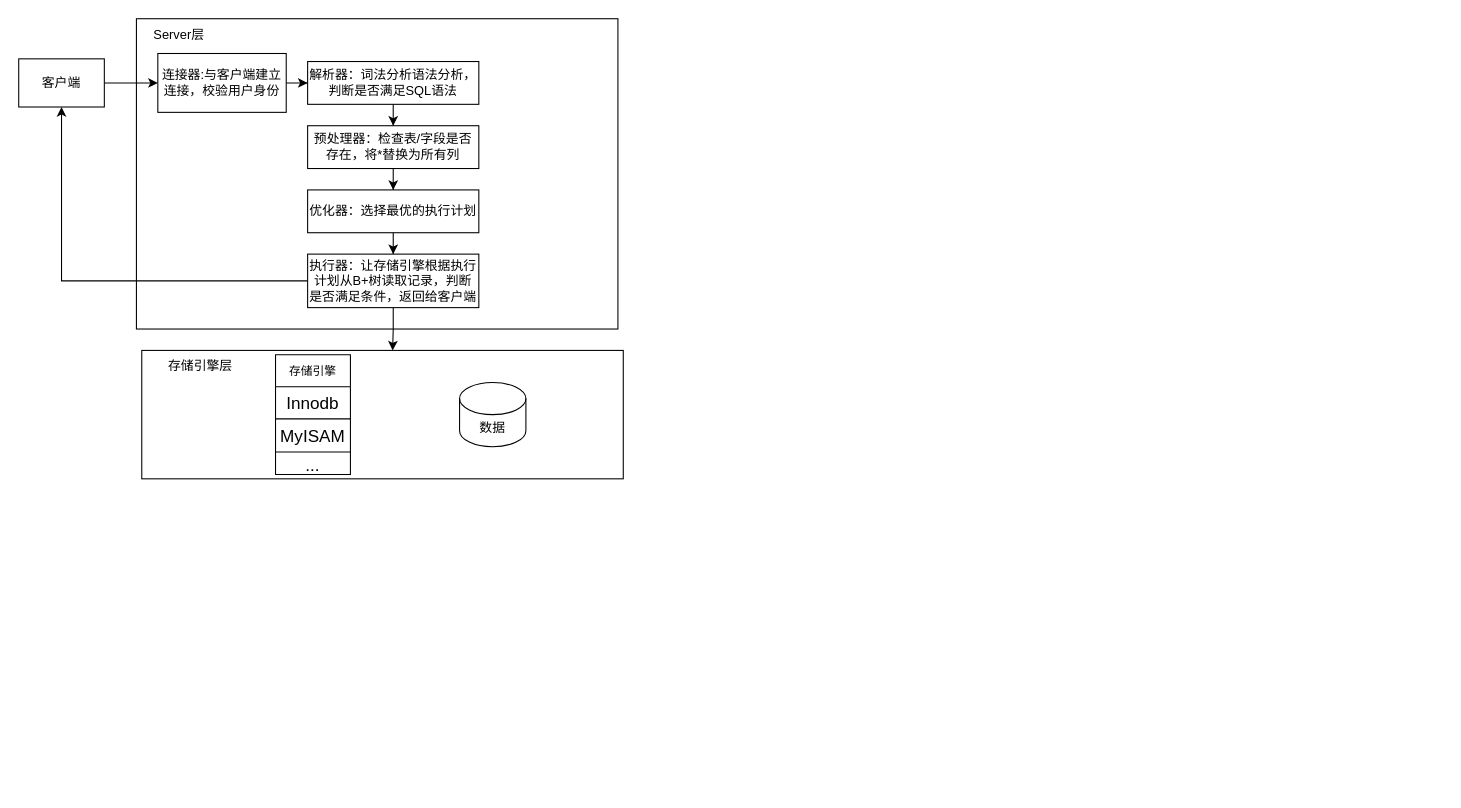
Before: MySQL.drawio in zhouke0304/org-repo-ref, a draw.io diagram. Source tidied: cells renumbered, new cells numbered last; positions are measured from the earlier drawing's top-left corner, leaving out a move shared by most shapes. Both pictures are drawn from the tidied source at 107%, with x=0, y=0 at pixel (18, 18).
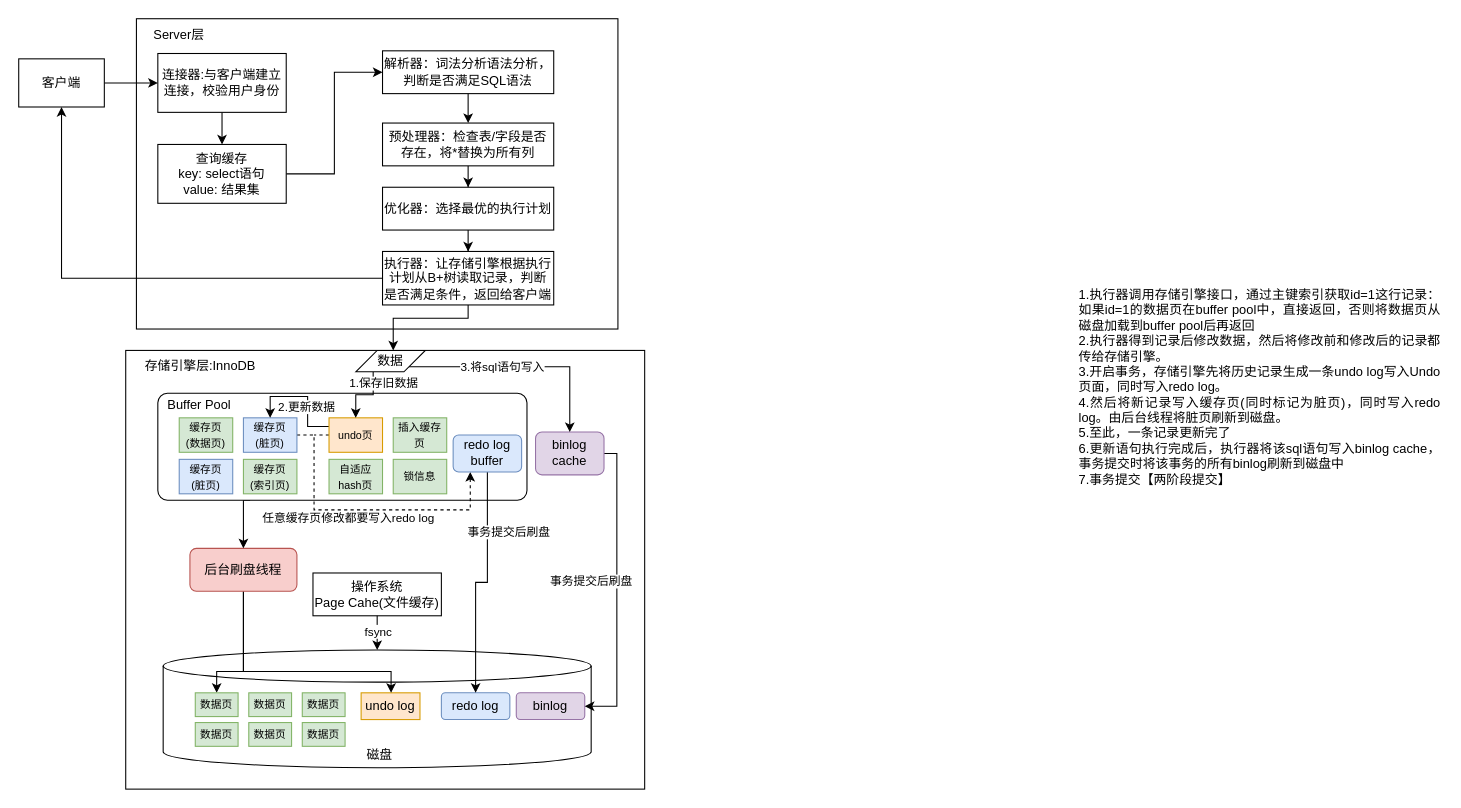
The same page after the edit.

The change refers to these unchanged cells:
```xml
<mxCell id="7" value="连接器:与客户端建立连接，校验用户身份" style="rounded=0;whiteSpace=wrap;html=1;" parent="1" vertex="1">
  <mxGeometry x="130" y="32.5" width="120" height="55" as="geometry" />
</mxCell>
```

Change to the diagram source:
```diff
@@
     <mxCell id="3" style="rounded=0;whiteSpace=wrap;html=1;" parent="1" vertex="1">
-      <mxGeometry x="115" y="310" width="450" height="120" as="geometry" />
+      <mxGeometry x="100" y="310" width="485" height="410" as="geometry" />
     </mxCell>
@@
-    <mxCell id="5" value="存储引擎层" style="text;html=1;strokeColor=none;fillColor=none;align=center;verticalAlign=middle;whiteSpace=wrap;rounded=0;" parent="1" vertex="1">
-      <mxGeometry x="130" y="310" width="80" height="30" as="geometry" />
+    <mxCell id="5" value="存储引擎层:InnoDB" style="text;html=1;strokeColor=none;fillColor=none;align=center;verticalAlign=middle;whiteSpace=wrap;rounded=0;" parent="1" vertex="1">
+      <mxGeometry x="115" y="310" width="110" height="30" as="geometry" />
     </mxCell>
-    <mxCell id="6" style="edgeStyle=orthogonalEdgeStyle;rounded=0;jettySize=auto;html=1;" parent="1" edge="1" source="7" target="19">
-      <mxGeometry relative="1" as="geometry" />
-    </mxCell>
+    <mxCell id="27" style="edgeStyle=orthogonalEdgeStyle;rounded=0;jettySize=auto;html=1;" parent="1" edge="1" source="7" target="44">
+      <mxGeometry relative="1" as="geometry" />
+    </mxCell>
@@
-    <mxCell id="10" value="数据" style="shape=cylinder3;whiteSpace=wrap;html=1;boundedLbl=1;backgroundOutline=1;size=15;" parent="1" vertex="1">
-      <mxGeometry x="412" y="340" width="62" height="60" as="geometry" />
+    <mxCell id="10" style="shape=cylinder3;whiteSpace=wrap;html=1;boundedLbl=1;backgroundOutline=1;size=15;" parent="1" vertex="1">
+      <mxGeometry x="135" y="590" width="400" height="110" as="geometry" />
     </mxCell>
-    <mxCell id="11" value="存储引擎" style="shape=table;startSize=30;childLayout=tableLayout;strokeColor=default;fontSize=11;" parent="1" vertex="1">
-      <mxGeometry x="240" y="314" width="70" height="112" as="geometry" />
-    </mxCell>
-    <mxCell id="12" style="shape=tableRow;horizontal=0;startSize=0;swimlaneHead=0;swimlaneBody=0;strokeColor=inherit;top=0;left=0;bottom=0;right=0;fillColor=none;fontSize=16;" parent="11" vertex="1">
-      <mxGeometry y="30" width="70" height="30" as="geometry" />
-    </mxCell>
-    <mxCell id="13" value="Innodb" style="shape=partialRectangle;html=1;whiteSpace=wrap;strokeColor=inherit;overflow=hidden;fillColor=none;top=0;left=0;bottom=0;right=0;fontSize=16;" parent="12" vertex="1">
-      <mxGeometry width="70" height="30" as="geometry" />
-    </mxCell>
-    <mxCell id="14" style="shape=tableRow;horizontal=0;startSize=0;swimlaneHead=0;swimlaneBody=0;strokeColor=inherit;top=0;left=0;bottom=0;right=0;fillColor=none;fontSize=16;" parent="11" vertex="1">
-      <mxGeometry y="60" width="70" height="31" as="geometry" />
-    </mxCell>
-    <mxCell id="15" value="MyISAM" style="shape=partialRectangle;html=1;whiteSpace=wrap;strokeColor=inherit;overflow=hidden;fillColor=none;top=0;left=0;bottom=0;right=0;fontSize=16;" parent="14" vertex="1">
-      <mxGeometry width="70" height="31" as="geometry" />
-    </mxCell>
-    <mxCell id="16" style="shape=tableRow;horizontal=0;startSize=0;swimlaneHead=0;swimlaneBody=0;strokeColor=inherit;top=0;left=0;bottom=0;right=0;fillColor=none;fontSize=16;" parent="11" vertex="1">
-      <mxGeometry y="91" width="70" height="21" as="geometry" />
-    </mxCell>
-    <mxCell id="17" value="..." style="shape=partialRectangle;html=1;whiteSpace=wrap;strokeColor=inherit;overflow=hidden;fillColor=none;top=0;left=0;bottom=0;right=0;fontSize=16;" parent="16" vertex="1">
-      <mxGeometry width="70" height="21" as="geometry" />
-    </mxCell>
@@
     <mxCell id="19" value="解析器：词法分析语法分析，判断是否满足SQL语法" style="rounded=0;whiteSpace=wrap;html=1;" parent="1" vertex="1">
-      <mxGeometry x="270" y="40" width="160" height="40" as="geometry" />
+      <mxGeometry x="340" y="30" width="160" height="40" as="geometry" />
     </mxCell>
@@
     <mxCell id="21" value="预处理器：检查表/字段是否存在，将*替换为所有列" style="whiteSpace=wrap;html=1;rounded=0;" parent="1" vertex="1">
-      <mxGeometry x="270" y="100" width="160" height="40" as="geometry" />
+      <mxGeometry x="340" y="97.5" width="160" height="40" as="geometry" />
     </mxCell>
@@
     <mxCell id="23" value="优化器：选择最优的执行计划" style="whiteSpace=wrap;html=1;rounded=0;" parent="1" vertex="1">
-      <mxGeometry x="270" y="160" width="160" height="40" as="geometry" />
+      <mxGeometry x="340" y="157.5" width="160" height="40" as="geometry" />
     </mxCell>
@@
     <mxCell id="25" value="执行器：让存储引擎根据执行计划从B+树读取记录，判断是否满足条件，返回给客户端" style="whiteSpace=wrap;html=1;rounded=0;" parent="1" vertex="1">
-      <mxGeometry x="270" y="220" width="160" height="50" as="geometry" />
+      <mxGeometry x="340" y="217.5" width="160" height="50" as="geometry" />
     </mxCell>
-    <mxCell id="26" style="edgeStyle=orthogonalEdgeStyle;rounded=0;jettySize=auto;html=1;entryX=0.521;entryY=0;entryDx=0;entryDy=0;entryPerimeter=0;" parent="1" edge="1" source="25" target="3">
-      <mxGeometry relative="1" as="geometry" />
+    <mxCell id="26" style="edgeStyle=orthogonalEdgeStyle;rounded=0;jettySize=auto;html=1;" parent="1" edge="1" source="25">
+      <mxGeometry relative="1" as="geometry">
+        <mxPoint x="350" y="310" as="targetPoint" />
+        <Array as="points">
+          <mxPoint x="420" y="280" />
+          <mxPoint x="350" y="280" />
+        </Array>
+      </mxGeometry>
     </mxCell>
+    <mxCell id="28" value="磁盘" style="text;html=1;strokeColor=none;fillColor=none;align=center;verticalAlign=middle;whiteSpace=wrap;rounded=0;" parent="1" vertex="1">
+      <mxGeometry x="295" y="675" width="85" height="25" as="geometry" />
+    </mxCell>
+    <mxCell id="29" value="redo log" style="rounded=1;whiteSpace=wrap;html=1;fillColor=#dae8fc;strokeColor=#6c8ebf;" parent="1" vertex="1">
+      <mxGeometry x="395" y="630" width="64" height="25" as="geometry" />
+    </mxCell>
+    <mxCell id="30" value="undo log" style="rounded=0;whiteSpace=wrap;html=1;fillColor=#ffe6cc;strokeColor=#d79b00;" parent="1" vertex="1">
+      <mxGeometry x="320" y="630" width="55" height="25" as="geometry" />
+    </mxCell>
+    <mxCell id="31" value="binlog" style="rounded=1;whiteSpace=wrap;html=1;fillColor=#e1d5e7;strokeColor=#9673a6;" parent="1" vertex="1">
+      <mxGeometry x="465" y="630" width="64" height="25" as="geometry" />
+    </mxCell>
+    <mxCell id="32" style="edgeStyle=orthogonalEdgeStyle;rounded=0;jettySize=auto;html=1;entryX=0.5;entryY=0;entryDx=0;entryDy=0;" parent="1" edge="1" source="34" target="36">
+      <mxGeometry relative="1" as="geometry">
+        <Array as="points">
+          <mxPoint x="210" y="610" />
+          <mxPoint x="185" y="610" />
+        </Array>
+      </mxGeometry>
+    </mxCell>
+    <mxCell id="33" style="edgeStyle=orthogonalEdgeStyle;rounded=0;jettySize=auto;html=1;exitX=0.5;exitY=1;exitDx=0;exitDy=0;" parent="1" edge="1" source="34" target="30">
+      <mxGeometry relative="1" as="geometry">
+        <Array as="points">
+          <mxPoint x="210" y="610" />
+          <mxPoint x="348" y="610" />
+        </Array>
+      </mxGeometry>
+    </mxCell>
+    <mxCell id="34" value="后台刷盘线程" style="rounded=1;whiteSpace=wrap;html=1;arcSize=15;fillColor=#f8cecc;strokeColor=#b85450;" parent="1" vertex="1">
+      <mxGeometry x="160" y="495" width="100" height="40" as="geometry" />
+    </mxCell>
+    <mxCell id="35" style="group;" parent="1" vertex="1">
+      <mxGeometry x="165" y="630" width="140" height="50" as="geometry" />
+    </mxCell>
+    <mxCell id="36" value="&lt;font style=&quot;font-size: 10px;&quot;&gt;数据页&lt;/font&gt;" style="rounded=0;whiteSpace=wrap;html=1;fillColor=#d5e8d4;strokeColor=#82b366;" parent="35" vertex="1">
+      <mxGeometry width="40" height="22.2" as="geometry" />
+    </mxCell>
+    <mxCell id="37" value="&lt;font style=&quot;font-size: 10px;&quot;&gt;数据页&lt;/font&gt;" style="rounded=0;whiteSpace=wrap;html=1;fillColor=#d5e8d4;strokeColor=#82b366;" parent="35" vertex="1">
+      <mxGeometry x="50" width="40" height="22.2" as="geometry" />
+    </mxCell>
+    <mxCell id="38" value="&lt;font style=&quot;font-size: 10px;&quot;&gt;数据页&lt;/font&gt;" style="rounded=0;whiteSpace=wrap;html=1;fillColor=#d5e8d4;strokeColor=#82b366;" parent="35" vertex="1">
+      <mxGeometry x="100" width="40" height="22.2" as="geometry" />
+    </mxCell>
+    <mxCell id="39" value="&lt;font style=&quot;font-size: 10px;&quot;&gt;数据页&lt;/font&gt;" style="rounded=0;whiteSpace=wrap;html=1;fillColor=#d5e8d4;strokeColor=#82b366;" parent="35" vertex="1">
+      <mxGeometry y="27.8" width="40" height="22.2" as="geometry" />
+    </mxCell>
+    <mxCell id="40" value="&lt;font style=&quot;font-size: 10px;&quot;&gt;数据页&lt;/font&gt;" style="rounded=0;whiteSpace=wrap;html=1;fillColor=#d5e8d4;strokeColor=#82b366;" parent="35" vertex="1">
+      <mxGeometry x="50" y="27.8" width="40" height="22.2" as="geometry" />
+    </mxCell>
+    <mxCell id="41" value="&lt;font style=&quot;font-size: 10px;&quot;&gt;数据页&lt;/font&gt;" style="rounded=0;whiteSpace=wrap;html=1;fillColor=#d5e8d4;strokeColor=#82b366;" parent="35" vertex="1">
+      <mxGeometry x="100" y="27.8" width="40" height="22.2" as="geometry" />
+    </mxCell>
+    <mxCell id="42" value="操作系统 &lt;br&gt;Page Cahe(文件缓存)" style="rounded=0;whiteSpace=wrap;html=1;" parent="1" vertex="1">
+      <mxGeometry x="275" y="518" width="120" height="40" as="geometry" />
+    </mxCell>
+    <mxCell id="43" style="edgeStyle=orthogonalEdgeStyle;rounded=0;jettySize=auto;html=1;entryX=0;entryY=0.5;entryDx=0;entryDy=0;" parent="1" edge="1" source="44" target="19">
+      <mxGeometry relative="1" as="geometry" />
+    </mxCell>
+    <mxCell id="44" value="查询缓存&lt;br&gt;key: select语句&lt;br&gt;value: 结果集" style="rounded=0;whiteSpace=wrap;html=1;" parent="1" vertex="1">
+      <mxGeometry x="130" y="117.5" width="120" height="55" as="geometry" />
+    </mxCell>
+    <mxCell id="45" value="&lt;div style=&quot;text-align: justify;&quot;&gt;&lt;span style=&quot;background-color: initial;&quot;&gt;1.执行器调用存储引擎接口，通过主键索引获取id=1这行记录：如果id=1的数据页在buffer pool中，直接返回，否则将数据页从磁盘加载到buffer pool后再返回&lt;/span&gt;&lt;/div&gt;&lt;div style=&quot;text-align: justify;&quot;&gt;&lt;span style=&quot;background-color: initial;&quot;&gt;2.执行器得到记录后修改数据，然后将修改前和修改后的记录都传给存储引擎。&lt;/span&gt;&lt;/div&gt;&lt;div style=&quot;text-align: justify;&quot;&gt;&lt;span style=&quot;background-color: initial;&quot;&gt;3.开启事务，存储引擎先将历史记录生成一条undo log写入Undo页面，同时写入redo log。&lt;/span&gt;&lt;/div&gt;&lt;div style=&quot;text-align: justify;&quot;&gt;&lt;span style=&quot;background-color: initial;&quot;&gt;4.然后将新记录写入缓存页(同时标记为脏页)，同时写入redo log。由后台线程将脏页刷新到磁盘。&lt;/span&gt;&lt;/div&gt;&lt;div style=&quot;text-align: justify;&quot;&gt;&lt;span style=&quot;background-color: initial;&quot;&gt;5.至此，一条记录更新完了&lt;/span&gt;&lt;/div&gt;&lt;div style=&quot;text-align: justify;&quot;&gt;&lt;span style=&quot;background-color: initial;&quot;&gt;6.更新语句执行完成后，执行器将该sql语句写入binlog cache，事务提交时将该事务的所有binlog刷新到磁盘中&lt;/span&gt;&lt;/div&gt;&lt;div style=&quot;text-align: justify;&quot;&gt;&lt;span style=&quot;background-color: initial;&quot;&gt;7.事务提交【两阶段提交】&lt;/span&gt;&lt;/div&gt;" style="text;html=1;strokeColor=none;fillColor=none;align=center;verticalAlign=middle;whiteSpace=wrap;rounded=0;" parent="1" vertex="1">
+      <mxGeometry x="990" y="244" width="340" height="200" as="geometry" />
+    </mxCell>
+    <mxCell id="46" style="edgeStyle=orthogonalEdgeStyle;rounded=0;jettySize=auto;html=1;exitX=0.25;exitY=1;exitDx=0;exitDy=0;entryX=0.5;entryY=0;entryDx=0;entryDy=0;" parent="1" edge="1" source="47" target="34">
+      <mxGeometry relative="1" as="geometry">
+        <Array as="points">
+          <mxPoint x="210" y="450" />
+        </Array>
+      </mxGeometry>
+    </mxCell>
+    <mxCell id="47" style="rounded=1;whiteSpace=wrap;html=1;arcSize=9;" parent="1" vertex="1">
+      <mxGeometry x="130" y="350" width="345" height="100" as="geometry" />
+    </mxCell>
+    <mxCell id="48" value="&lt;font style=&quot;font-size: 10px;&quot;&gt;缓存页&lt;br&gt;(数据页)&lt;br&gt;&lt;/font&gt;" style="rounded=0;whiteSpace=wrap;html=1;fillColor=#d5e8d4;strokeColor=#82b366;" parent="1" vertex="1">
+      <mxGeometry x="150" y="373" width="50" height="32.2" as="geometry" />
+    </mxCell>
+    <mxCell id="49" style="edgeStyle=orthogonalEdgeStyle;rounded=0;jettySize=auto;html=1;exitX=1;exitY=0.5;exitDx=0;exitDy=0;entryX=0.25;entryY=1;entryDx=0;entryDy=0;dashed=1;" parent="1" edge="1" source="51" target="67">
+      <mxGeometry relative="1" as="geometry">
+        <Array as="points">
+          <mxPoint x="276" y="389" />
+          <mxPoint x="276" y="459" />
+          <mxPoint x="422" y="459" />
+        </Array>
+      </mxGeometry>
+    </mxCell>
+    <mxCell id="50" value="任意缓存页修改都要写入redo log" style="edgeLabel;html=1;align=center;verticalAlign=middle;" parent="49" vertex="1">
+      <mxGeometry x="0.16" y="-2" relative="1" as="geometry">
+        <mxPoint x="-38" y="5" as="offset" />
+      </mxGeometry>
+    </mxCell>
+    <mxCell id="51" value="&lt;font style=&quot;font-size: 10px;&quot;&gt;缓存页&lt;br&gt;(脏页)&lt;/font&gt;" style="rounded=0;whiteSpace=wrap;html=1;fillColor=#dae8fc;strokeColor=#6c8ebf;" parent="1" vertex="1">
+      <mxGeometry x="210" y="373" width="50" height="32.2" as="geometry" />
+    </mxCell>
+    <mxCell id="52" value="Buffer Pool" style="text;html=1;strokeColor=none;fillColor=none;align=center;verticalAlign=middle;whiteSpace=wrap;rounded=0;" parent="1" vertex="1">
+      <mxGeometry x="129" y="346" width="80" height="30" as="geometry" />
+    </mxCell>
+    <mxCell id="53" value="&lt;font style=&quot;font-size: 10px;&quot;&gt;缓存页&lt;br&gt;(索引页)&lt;br&gt;&lt;/font&gt;" style="rounded=0;whiteSpace=wrap;html=1;fillColor=#d5e8d4;strokeColor=#82b366;" parent="1" vertex="1">
+      <mxGeometry x="210" y="411.8" width="50" height="32.2" as="geometry" />
+    </mxCell>
+    <mxCell id="54" value="&lt;font style=&quot;font-size: 10px;&quot;&gt;缓存页&lt;br&gt;(脏页)&lt;/font&gt;" style="rounded=0;whiteSpace=wrap;html=1;fillColor=#dae8fc;strokeColor=#6c8ebf;" parent="1" vertex="1">
+      <mxGeometry x="150" y="411.8" width="50" height="32.2" as="geometry" />
+    </mxCell>
+    <mxCell id="55" style="edgeStyle=orthogonalEdgeStyle;rounded=0;jettySize=auto;html=1;exitX=0;exitY=0.25;exitDx=0;exitDy=0;entryX=0.5;entryY=0;entryDx=0;entryDy=0;" parent="1" edge="1" source="58" target="51">
+      <mxGeometry relative="1" as="geometry" />
+    </mxCell>
+    <mxCell id="56" value="2.更新数据" style="edgeLabel;html=1;align=center;verticalAlign=middle;" parent="55" vertex="1">
+      <mxGeometry x="-0.24" y="2" relative="1" as="geometry" />
+    </mxCell>
+    <mxCell id="57" style="edgeStyle=orthogonalEdgeStyle;rounded=0;jettySize=auto;html=1;exitX=0;exitY=0.5;exitDx=0;exitDy=0;endArrow=none;endFill=0;dashed=1;" parent="1" edge="1" source="58">
+      <mxGeometry relative="1" as="geometry">
+        <mxPoint x="276" y="389" as="targetPoint" />
+      </mxGeometry>
+    </mxCell>
+    <mxCell id="58" value="&lt;font style=&quot;font-size: 10px;&quot;&gt;undo页&lt;br&gt;&lt;/font&gt;" style="rounded=0;whiteSpace=wrap;html=1;fillColor=#ffe6cc;strokeColor=#d79b00;" parent="1" vertex="1">
+      <mxGeometry x="290" y="373" width="50" height="32.2" as="geometry" />
+    </mxCell>
+    <mxCell id="59" value="&lt;font style=&quot;font-size: 10px;&quot;&gt;插入缓存页&lt;br&gt;&lt;/font&gt;" style="rounded=0;whiteSpace=wrap;html=1;fillColor=#d5e8d4;strokeColor=#82b366;" parent="1" vertex="1">
+      <mxGeometry x="350" y="373" width="50" height="32.2" as="geometry" />
+    </mxCell>
+    <mxCell id="60" value="&lt;font style=&quot;font-size: 10px;&quot;&gt;自适应hash页&lt;br&gt;&lt;/font&gt;" style="rounded=0;whiteSpace=wrap;html=1;fillColor=#d5e8d4;strokeColor=#82b366;" parent="1" vertex="1">
+      <mxGeometry x="290" y="411.8" width="50" height="32.2" as="geometry" />
+    </mxCell>
+    <mxCell id="61" value="&lt;font style=&quot;font-size: 10px;&quot;&gt;锁信息&lt;br&gt;&lt;/font&gt;" style="rounded=0;whiteSpace=wrap;html=1;fillColor=#d5e8d4;strokeColor=#82b366;" parent="1" vertex="1">
+      <mxGeometry x="350" y="411.8" width="50" height="32.2" as="geometry" />
+    </mxCell>
+    <mxCell id="62" style="edgeStyle=orthogonalEdgeStyle;rounded=0;jettySize=auto;html=1;exitX=1;exitY=0.5;exitDx=0;exitDy=0;entryX=1;entryY=0.5;entryDx=0;entryDy=0;" parent="1" edge="1" source="64" target="31">
+      <mxGeometry relative="1" as="geometry">
+        <Array as="points">
+          <mxPoint x="559" y="406" />
+          <mxPoint x="559" y="643" />
+        </Array>
+      </mxGeometry>
+    </mxCell>
+    <mxCell id="63" value="事务提交后刷盘" style="edgeLabel;html=1;align=center;verticalAlign=middle;" parent="62" vertex="1">
+      <mxGeometry x="-0.05" y="-4" relative="1" as="geometry">
+        <mxPoint x="-21" y="-1" as="offset" />
+      </mxGeometry>
+    </mxCell>
+    <mxCell id="64" value="binlog cache" style="rounded=1;whiteSpace=wrap;html=1;fillColor=#e1d5e7;strokeColor=#9673a6;" parent="1" vertex="1">
+      <mxGeometry x="483" y="386.3" width="64" height="40" as="geometry" />
+    </mxCell>
+    <mxCell id="65" style="edgeStyle=orthogonalEdgeStyle;rounded=0;jettySize=auto;html=1;" parent="1" edge="1" source="67" target="29">
+      <mxGeometry relative="1" as="geometry" />
+    </mxCell>
+    <mxCell id="66" value="事务提交后刷盘" style="edgeLabel;html=1;align=center;verticalAlign=middle;" parent="65" vertex="1">
+      <mxGeometry x="-0.01" y="2" relative="1" as="geometry">
+        <mxPoint x="24" y="-49" as="offset" />
+      </mxGeometry>
+    </mxCell>
+    <mxCell id="67" value="redo log&lt;br&gt;buffer" style="rounded=1;whiteSpace=wrap;html=1;fillColor=#dae8fc;strokeColor=#6c8ebf;" parent="1" vertex="1">
+      <mxGeometry x="406" y="389" width="64" height="34.6" as="geometry" />
+    </mxCell>
+    <mxCell id="68" style="edgeStyle=orthogonalEdgeStyle;rounded=0;jettySize=auto;html=1;exitX=0.25;exitY=1;exitDx=0;exitDy=0;entryX=0.5;entryY=0;entryDx=0;entryDy=0;" parent="1" edge="1" source="72" target="58">
+      <mxGeometry relative="1" as="geometry" />
+    </mxCell>
+    <mxCell id="69" value="1.保存旧数据" style="edgeLabel;html=1;align=center;verticalAlign=middle;" parent="68" vertex="1">
+      <mxGeometry x="-0.44" y="-4" relative="1" as="geometry">
+        <mxPoint x="13" y="-7" as="offset" />
+      </mxGeometry>
+    </mxCell>
+    <mxCell id="70" style="edgeStyle=orthogonalEdgeStyle;rounded=0;jettySize=auto;html=1;exitX=1;exitY=1;exitDx=0;exitDy=0;" parent="1" edge="1" source="72" target="64">
+      <mxGeometry relative="1" as="geometry" />
+    </mxCell>
+    <mxCell id="71" value="3.将sql语句写入" style="edgeLabel;html=1;align=center;verticalAlign=middle;" parent="70" vertex="1">
+      <mxGeometry x="-0.15" y="-4" relative="1" as="geometry">
+        <mxPoint x="-3" y="-4" as="offset" />
+      </mxGeometry>
+    </mxCell>
+    <mxCell id="72" value="数据" style="shape=parallelogram;perimeter=parallelogramPerimeter;whiteSpace=wrap;html=1;fixedSize=1;" parent="1" vertex="1">
+      <mxGeometry x="315" y="310" width="65" height="20" as="geometry" />
+    </mxCell>
+    <mxCell id="73" style="edgeStyle=orthogonalEdgeStyle;rounded=0;jettySize=auto;html=1;exitX=0.5;exitY=1;exitDx=0;exitDy=0;entryX=0.5;entryY=0;entryDx=0;entryDy=0;entryPerimeter=0;" parent="1" edge="1" source="42" target="10">
+      <mxGeometry relative="1" as="geometry" />
+    </mxCell>
+    <mxCell id="74" value="fsync" style="edgeLabel;html=1;align=center;verticalAlign=middle;" parent="73" vertex="1">
+      <mxGeometry x="-0.13" relative="1" as="geometry" />
+    </mxCell>
```
